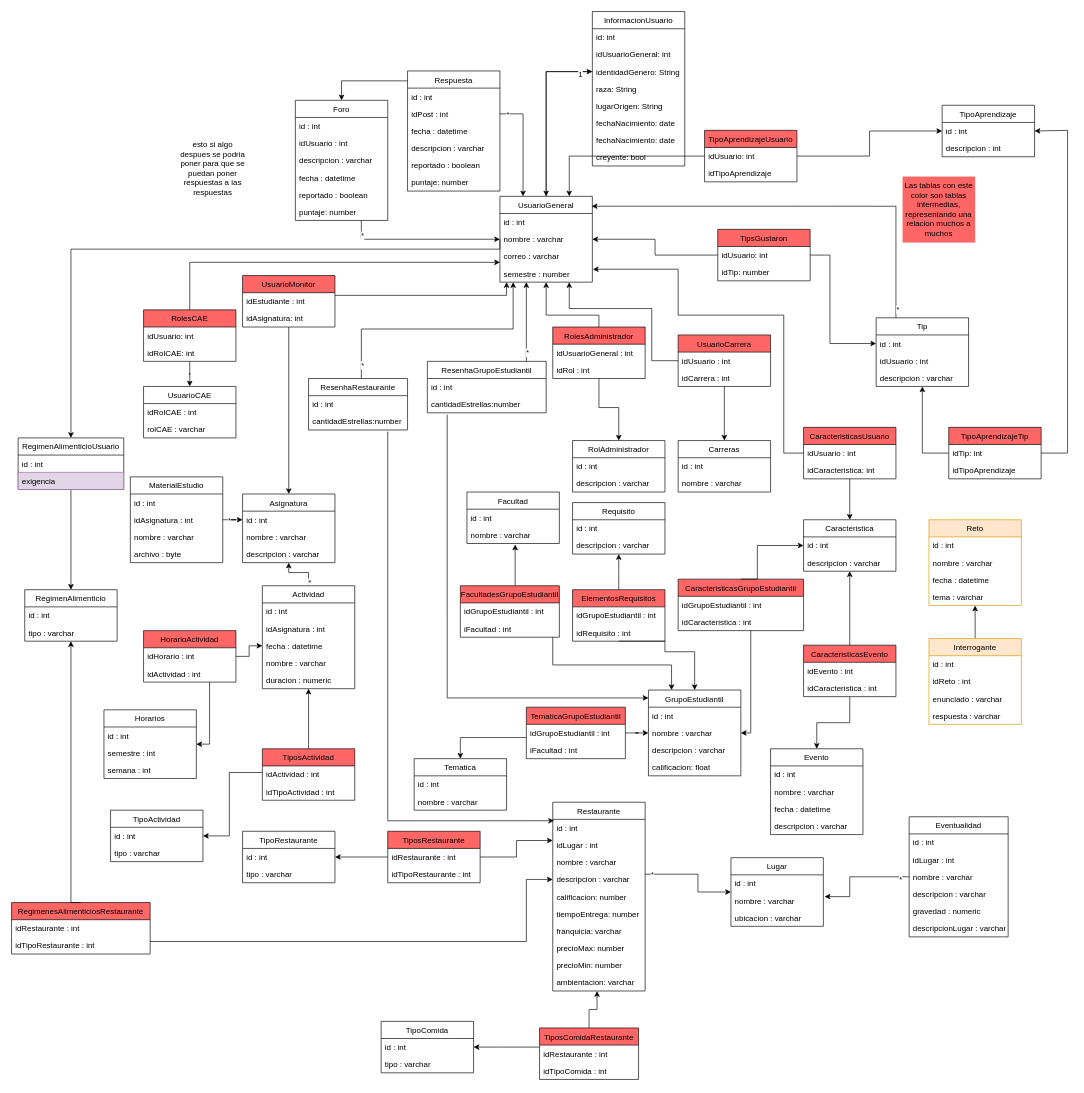
Above: diagramas/persistencia.drawio in Campus-Connect-PUJ/Campus-Connect-Back (draw.io), before the change. Source tidied: cells renumbered, new cells numbered last; positions are measured from the earlier drawing's top-left corner, leaving out a move shared by most shapes. Both pictures are drawn from the tidied source at 66%, with x=0, y=0 at pixel (11, 11).
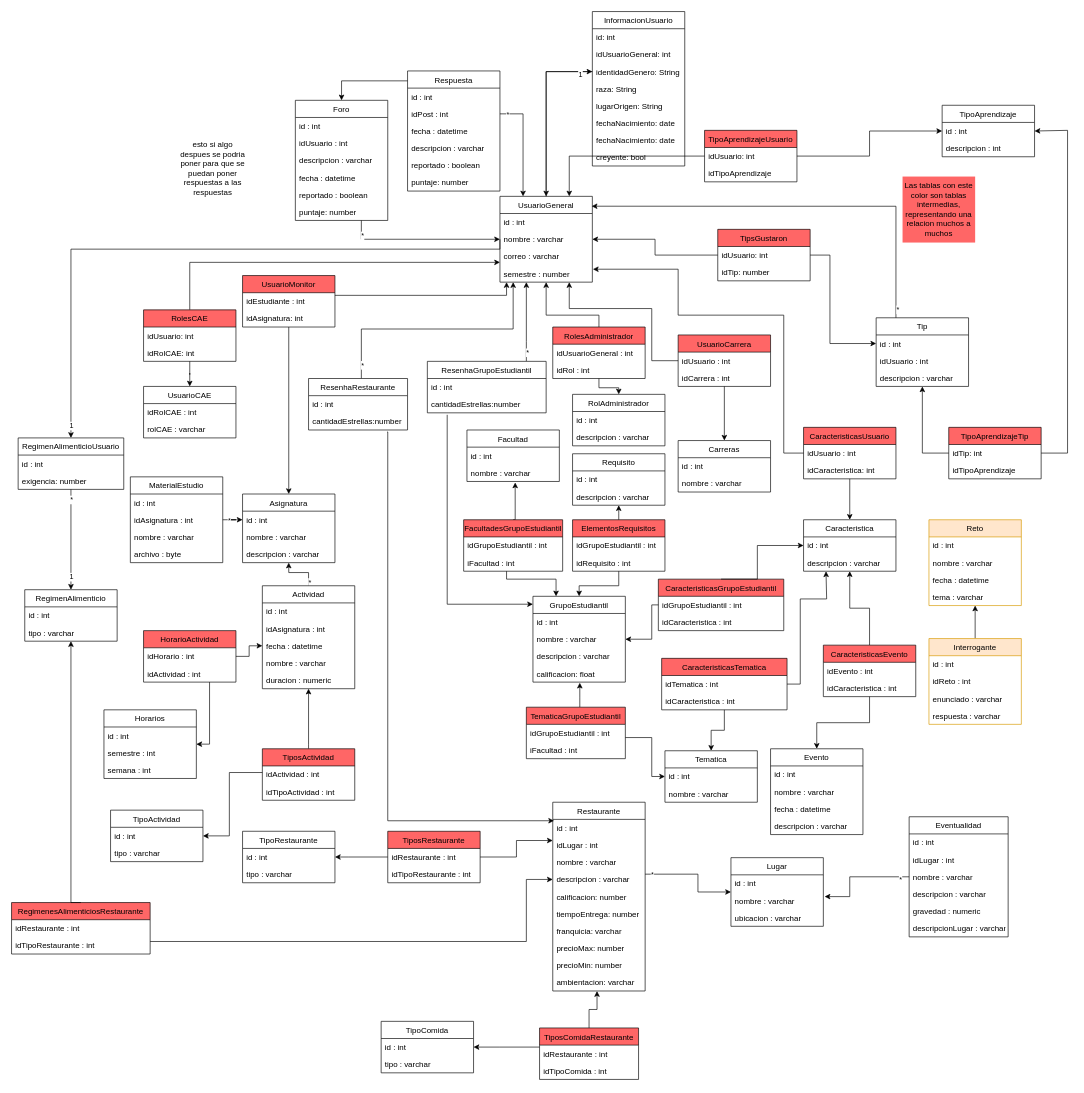
After the change.

Commit message (it also covers changes not shown here):
Exigencia de regimen alimenticio para cada usuario

The change refers to these unchanged cells:
```xml
<mxCell id="10" value="RolesAdministrador" style="swimlane;fontStyle=0;horizontal=1;startSize=26;fillColor=#FF6666;" parent="1" vertex="1">
  <mxGeometry x="820" y="478" width="140" height="78" as="geometry" />
</mxCell>
<mxCell id="60" value="nombre : varchar" style="text;strokeColor=none;fillColor=none;align=left;verticalAlign=top;spacingLeft=4;spacingRight=4;overflow=hidden;points=[[0,0.5],[1,0.5]];portConstraint=eastwest;" parent="58" vertex="1">
  <mxGeometry y="52" width="140" height="26" as="geometry" />
</mxCell>
<mxCell id="62" value="calificacion: float" style="text;strokeColor=none;fillColor=none;align=left;verticalAlign=top;spacingLeft=4;spacingRight=4;overflow=hidden;points=[[0,0.5],[1,0.5]];portConstraint=eastwest;" parent="58" vertex="1">
  <mxGeometry y="104" width="140" height="26" as="geometry" />
</mxCell>
<mxCell id="73" value="descripcion : varchar" style="text;strokeColor=none;fillColor=none;align=left;verticalAlign=top;spacingLeft=4;spacingRight=4;overflow=hidden;points=[[0,0.5],[1,0.5]];portConstraint=eastwest;" parent="71" vertex="1">
  <mxGeometry y="52" width="140" height="26" as="geometry" />
</mxCell>
<mxCell id="213" style="edgeStyle=orthogonalEdgeStyle;rounded=0;jettySize=auto;html=1;entryX=0.5;entryY=0;entryDx=0;entryDy=0;exitX=0;exitY=0.5;exitDx=0;exitDy=0;" parent="1" edge="1" source="5" target="256">
  <mxGeometry relative="1" as="geometry">
    <Array as="points">
      <mxPoint x="740" y="360" />
      <mxPoint x="90" y="360" />
    </Array>
  </mxGeometry>
</mxCell>
<mxCell id="229" value="nombre : varchar" style="text;strokeColor=none;fillColor=none;align=left;verticalAlign=top;spacingLeft=4;spacingRight=4;overflow=hidden;points=[[0,0.5],[1,0.5]];portConstraint=eastwest;" parent="227" vertex="1">
  <mxGeometry y="52" width="140" height="26" as="geometry" />
</mxCell>
<mxCell id="236" value="id : int" style="text;strokeColor=none;fillColor=none;align=left;verticalAlign=top;spacingLeft=4;spacingRight=4;overflow=hidden;points=[[0,0.5],[1,0.5]];portConstraint=eastwest;" parent="235" vertex="1">
  <mxGeometry y="26" width="140" height="26" as="geometry" />
</mxCell>
<mxCell id="240" value="TematicaGrupoEstudiantil" style="swimlane;fontStyle=0;horizontal=1;startSize=26;fillColor=#FF6666;" parent="1" vertex="1">
  <mxGeometry x="780" y="1054" width="150" height="78" as="geometry" />
</mxCell>
<mxCell id="253" value="cantidadEstrellas:number" style="text;strokeColor=none;fillColor=none;align=left;verticalAlign=top;spacingLeft=4;spacingRight=4;overflow=hidden;points=[[0,0.5],[1,0.5]];portConstraint=eastwest;" parent="251" vertex="1">
  <mxGeometry y="52" width="180" height="26" as="geometry" />
</mxCell>
<mxCell id="255" style="edgeStyle=orthogonalEdgeStyle;rounded=0;jettySize=auto;html=1;entryX=0.5;entryY=0;entryDx=0;entryDy=0;" parent="1" edge="1" source="256" target="208">
  <mxGeometry relative="1" as="geometry" />
</mxCell>
<mxCell id="256" value="RegimenAlimenticioUsuario" style="swimlane;fontStyle=0;horizontal=1;startSize=26;" parent="1" vertex="1">
  <mxGeometry x="10" y="646" width="160" height="78" as="geometry" />
</mxCell>
```

The edit, as a diff of the source:
```diff
@@
     <mxCell id="9" style="edgeStyle=orthogonalEdgeStyle;rounded=0;jettySize=auto;html=1;entryX=0.5;entryY=0;entryDx=0;entryDy=0;" parent="1" edge="1" source="10" target="13">
       <mxGeometry relative="1" as="geometry">
         <Array as="points">
-          <mxPoint x="890" y="600" />
-          <mxPoint x="920" y="600" />
+          <mxPoint x="890" y="570" />
+          <mxPoint x="920" y="570" />
         </Array>
       </mxGeometry>
     </mxCell>
@@
     <mxCell id="13" value="RolAdministrador" style="swimlane;fontStyle=0;horizontal=1;startSize=26;fillColor=none;" parent="1" vertex="1">
-      <mxGeometry x="850" y="650" width="140" height="78" as="geometry" />
+      <mxGeometry x="850" y="580" width="140" height="78" as="geometry" />
     </mxCell>
@@
     <mxCell id="58" value="GrupoEstudiantil" style="swimlane;fontStyle=0;horizontal=1;startSize=26;fillColor=none;" parent="1" vertex="1">
-      <mxGeometry x="965" y="1028" width="140" height="130" as="geometry" />
+      <mxGeometry x="790" y="886" width="140" height="130" as="geometry" />
     </mxCell>
@@
     <mxCell id="63" style="edgeStyle=orthogonalEdgeStyle;rounded=0;jettySize=auto;html=1;exitX=0.5;exitY=1;exitDx=0;exitDy=0;entryX=0.5;entryY=0;entryDx=0;entryDy=0;" parent="1" edge="1" source="64" target="58">
       <mxGeometry relative="1" as="geometry">
         <Array as="points">
-          <mxPoint x="990" y="954" />
-          <mxPoint x="990" y="970" />
-          <mxPoint x="1035" y="970" />
+          <mxPoint x="920" y="870" />
+          <mxPoint x="860" y="870" />
         </Array>
       </mxGeometry>
     </mxCell>
     <mxCell id="64" value="ElementosRequisitos" style="swimlane;fontStyle=0;horizontal=1;startSize=26;fillColor=#FF6666;" parent="1" vertex="1">
-      <mxGeometry x="850" y="876" width="140" height="78" as="geometry" />
+      <mxGeometry x="850" y="770" width="140" height="78" as="geometry" />
     </mxCell>
@@
     <mxCell id="67" value="Requisito" style="swimlane;fontStyle=0;horizontal=1;startSize=26;" parent="1" vertex="1">
-      <mxGeometry x="850" y="744" width="140" height="78" as="geometry" />
+      <mxGeometry x="850" y="670" width="140" height="78" as="geometry" />
     </mxCell>
@@
     <mxCell id="70" style="edgeStyle=orthogonalEdgeStyle;rounded=0;jettySize=auto;html=1;exitX=0.5;exitY=0;exitDx=0;exitDy=0;" parent="1" edge="1" source="64" target="67">
       <mxGeometry relative="1" as="geometry">
         <Array as="points">
-          <mxPoint x="920" y="850" />
-          <mxPoint x="920" y="850" />
+          <mxPoint x="920" y="760" />
+          <mxPoint x="920" y="760" />
         </Array>
       </mxGeometry>
     </mxCell>
@@
     <mxCell id="186" style="edgeStyle=orthogonalEdgeStyle;rounded=0;jettySize=auto;html=1;entryX=1;entryY=0.5;entryDx=0;entryDy=0;startSize=26;" parent="1" edge="1" source="187" target="58">
       <mxGeometry relative="1" as="geometry">
         <Array as="points">
-          <mxPoint x="1120" y="1093" />
+          <mxPoint x="970" y="899" />
+          <mxPoint x="970" y="951" />
         </Array>
       </mxGeometry>
     </mxCell>
     <mxCell id="187" value="CaracteristicasGrupoEstudiantil" style="swimlane;fontStyle=0;horizontal=1;startSize=26;fillColor=#FF6666;" parent="1" vertex="1">
-      <mxGeometry x="1010" y="860" width="190" height="78" as="geometry" />
+      <mxGeometry x="980" y="860" width="190" height="78" as="geometry" />
     </mxCell>
@@
     <mxCell id="192" value="CaracteristicasEvento" style="swimlane;fontStyle=0;horizontal=1;startSize=26;fillColor=#FF6666;" parent="1" vertex="1">
-      <mxGeometry x="1200" y="960" width="140" height="78" as="geometry" />
+      <mxGeometry x="1230" y="960" width="140" height="78" as="geometry" />
     </mxCell>
@@
+    <mxCell id="259" value="1" style="edgeLabel;html=1;align=center;verticalAlign=middle;" parent="213" vertex="1">
+      <mxGeometry x="0.96" relative="1" as="geometry" />
+    </mxCell>
@@
     <mxCell id="227" value="Facultad" style="swimlane;fontStyle=0;horizontal=1;startSize=26;" parent="1" vertex="1">
-      <mxGeometry x="690" y="728" width="140" height="78" as="geometry" />
+      <mxGeometry x="690" y="634" width="140" height="78" as="geometry" />
     </mxCell>
@@
     <mxCell id="230" style="edgeStyle=orthogonalEdgeStyle;rounded=0;jettySize=auto;html=1;entryX=0.25;entryY=0;entryDx=0;entryDy=0;" parent="1" edge="1" source="232" target="58">
       <mxGeometry relative="1" as="geometry">
         <Array as="points">
-          <mxPoint x="820" y="990" />
-          <mxPoint x="1000" y="990" />
+          <mxPoint x="750" y="860" />
+          <mxPoint x="825" y="860" />
         </Array>
       </mxGeometry>
     </mxCell>
-    <mxCell id="231" style="edgeStyle=orthogonalEdgeStyle;rounded=0;jettySize=auto;html=1;entryX=0.522;entryY=1.061;entryDx=0;entryDy=0;entryPerimeter=0;" parent="1" edge="1" source="232" target="229">
+    <mxCell id="231" style="edgeStyle=orthogonalEdgeStyle;rounded=0;jettySize=auto;html=1;entryX=0.522;entryY=1.061;entryDx=0;entryDy=0;entryPerimeter=0;exitX=0.5;exitY=0;exitDx=0;exitDy=0;" parent="1" edge="1" source="232" target="229">
       <mxGeometry relative="1" as="geometry">
         <Array as="points">
-          <mxPoint x="763" y="840" />
-          <mxPoint x="763" y="840" />
+          <mxPoint x="763" y="770" />
         </Array>
       </mxGeometry>
     </mxCell>
     <mxCell id="232" value="FacultadesGrupoEstudiantil" style="swimlane;fontStyle=0;horizontal=1;startSize=26;fillColor=#FF6666;" parent="1" vertex="1">
-      <mxGeometry x="680" y="870" width="150" height="78" as="geometry" />
+      <mxGeometry x="685" y="770" width="150" height="78" as="geometry" />
     </mxCell>
@@
     <mxCell id="235" value="Tematica" style="swimlane;fontStyle=0;horizontal=1;startSize=26;" parent="1" vertex="1">
-      <mxGeometry x="610" y="1132" width="140" height="78" as="geometry" />
+      <mxGeometry x="990" y="1120" width="140" height="78" as="geometry" />
     </mxCell>
@@
-    <mxCell id="238" style="edgeStyle=orthogonalEdgeStyle;rounded=0;jettySize=auto;html=1;entryX=0.5;entryY=0;entryDx=0;entryDy=0;" parent="1" edge="1" source="240" target="235">
+    <mxCell id="238" style="edgeStyle=orthogonalEdgeStyle;rounded=0;jettySize=auto;html=1;entryX=0;entryY=0.5;entryDx=0;entryDy=0;" parent="1" edge="1" source="240" target="236">
       <mxGeometry relative="1" as="geometry">
         <Array as="points">
-          <mxPoint x="680" y="1100" />
+          <mxPoint x="970" y="1100" />
+          <mxPoint x="970" y="1159" />
         </Array>
       </mxGeometry>
     </mxCell>
-    <mxCell id="239" style="edgeStyle=orthogonalEdgeStyle;rounded=0;jettySize=auto;html=1;entryX=0;entryY=0.5;entryDx=0;entryDy=0;" parent="1" edge="1" source="240" target="60">
-      <mxGeometry relative="1" as="geometry" />
+    <mxCell id="239" style="edgeStyle=orthogonalEdgeStyle;rounded=0;jettySize=auto;html=1;entryX=0.507;entryY=1.038;entryDx=0;entryDy=0;entryPerimeter=0;" parent="1" edge="1" source="240" target="62">
+      <mxGeometry relative="1" as="geometry">
+        <Array as="points">
+          <mxPoint x="861" y="1040" />
+          <mxPoint x="861" y="1040" />
+        </Array>
+      </mxGeometry>
     </mxCell>
@@
     <mxCell id="254" style="edgeStyle=orthogonalEdgeStyle;rounded=0;jettySize=auto;html=1;entryX=0;entryY=0.092;entryDx=0;entryDy=0;entryPerimeter=0;exitX=0.167;exitY=1.115;exitDx=0;exitDy=0;exitPerimeter=0;" parent="1" edge="1" source="253" target="58">
       <mxGeometry relative="1" as="geometry">
         <Array as="points">
-          <mxPoint x="660" y="1040" />
+          <mxPoint x="660" y="898" />
         </Array>
       </mxGeometry>
     </mxCell>
@@
+    <mxCell id="260" value="*" style="edgeLabel;html=1;align=center;verticalAlign=middle;" parent="255" vertex="1">
+      <mxGeometry x="-0.8" relative="1" as="geometry" />
+    </mxCell>
+    <mxCell id="261" value="1" style="edgeLabel;html=1;align=center;verticalAlign=middle;" parent="255" vertex="1">
+      <mxGeometry x="0.74" relative="1" as="geometry" />
+    </mxCell>
@@
-    <mxCell id="258" value="exigencia" style="text;strokeColor=#9673a6;fillColor=#e1d5e7;align=left;verticalAlign=top;spacingLeft=4;spacingRight=4;overflow=hidden;" parent="256" vertex="1">
+    <mxCell id="258" value="exigencia: number" style="text;align=left;verticalAlign=top;spacingLeft=4;spacingRight=4;overflow=hidden;" parent="256" vertex="1">
       <mxGeometry y="52" width="160" height="26" as="geometry" />
     </mxCell>
+    <mxCell id="262" style="edgeStyle=orthogonalEdgeStyle;rounded=0;jettySize=auto;html=1;" parent="1" edge="1" source="264" target="235">
+      <mxGeometry relative="1" as="geometry" />
+    </mxCell>
+    <mxCell id="263" style="edgeStyle=orthogonalEdgeStyle;rounded=0;jettySize=auto;html=1;entryX=0.243;entryY=1.006;entryDx=0;entryDy=0;entryPerimeter=0;" parent="1" edge="1" source="264" target="73">
+      <mxGeometry relative="1" as="geometry">
+        <Array as="points">
+          <mxPoint x="1195" y="1019" />
+          <mxPoint x="1195" y="890" />
+          <mxPoint x="1235" y="890" />
+          <mxPoint x="1235" y="848" />
+        </Array>
+      </mxGeometry>
+    </mxCell>
+    <mxCell id="264" value="CaracteristicasTematica" style="swimlane;fontStyle=0;horizontal=1;startSize=26;fillColor=#FF6666;" parent="1" vertex="1">
+      <mxGeometry x="985" y="980" width="190" height="78" as="geometry" />
+    </mxCell>
+    <mxCell id="265" value="idTematica : int" style="text;strokeColor=none;fillColor=none;align=left;verticalAlign=top;spacingLeft=4;spacingRight=4;overflow=hidden;" parent="264" vertex="1">
+      <mxGeometry y="26" width="190" height="26" as="geometry" />
+    </mxCell>
+    <mxCell id="266" value="idCaracteristica : int" style="text;strokeColor=none;fillColor=none;align=left;verticalAlign=top;spacingLeft=4;spacingRight=4;overflow=hidden;" parent="264" vertex="1">
+      <mxGeometry y="52" width="190" height="26" as="geometry" />
+    </mxCell>
```
